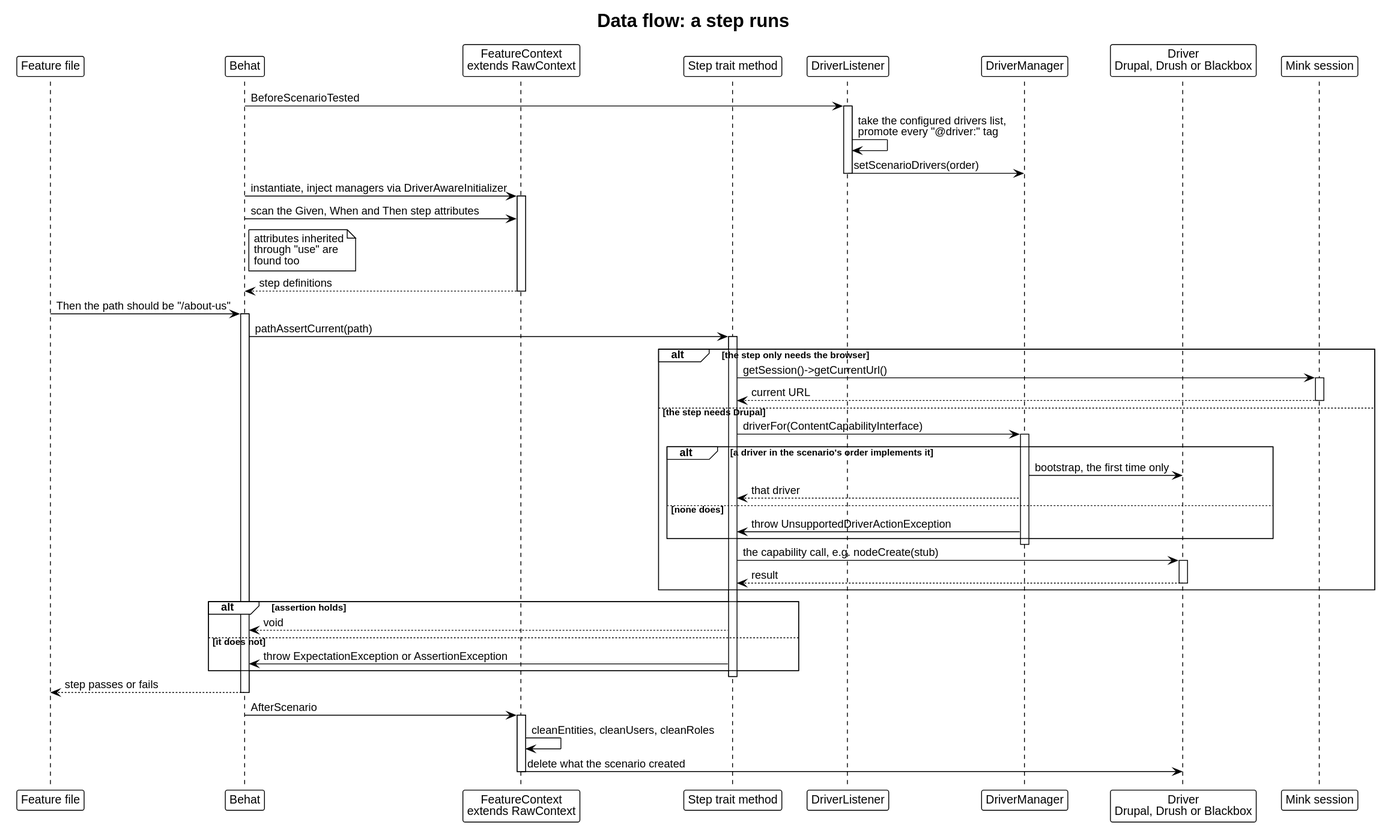
Above: docs/architecture/dataflow-step.svg in drevops/behat-steps (PlantUML), before the change.
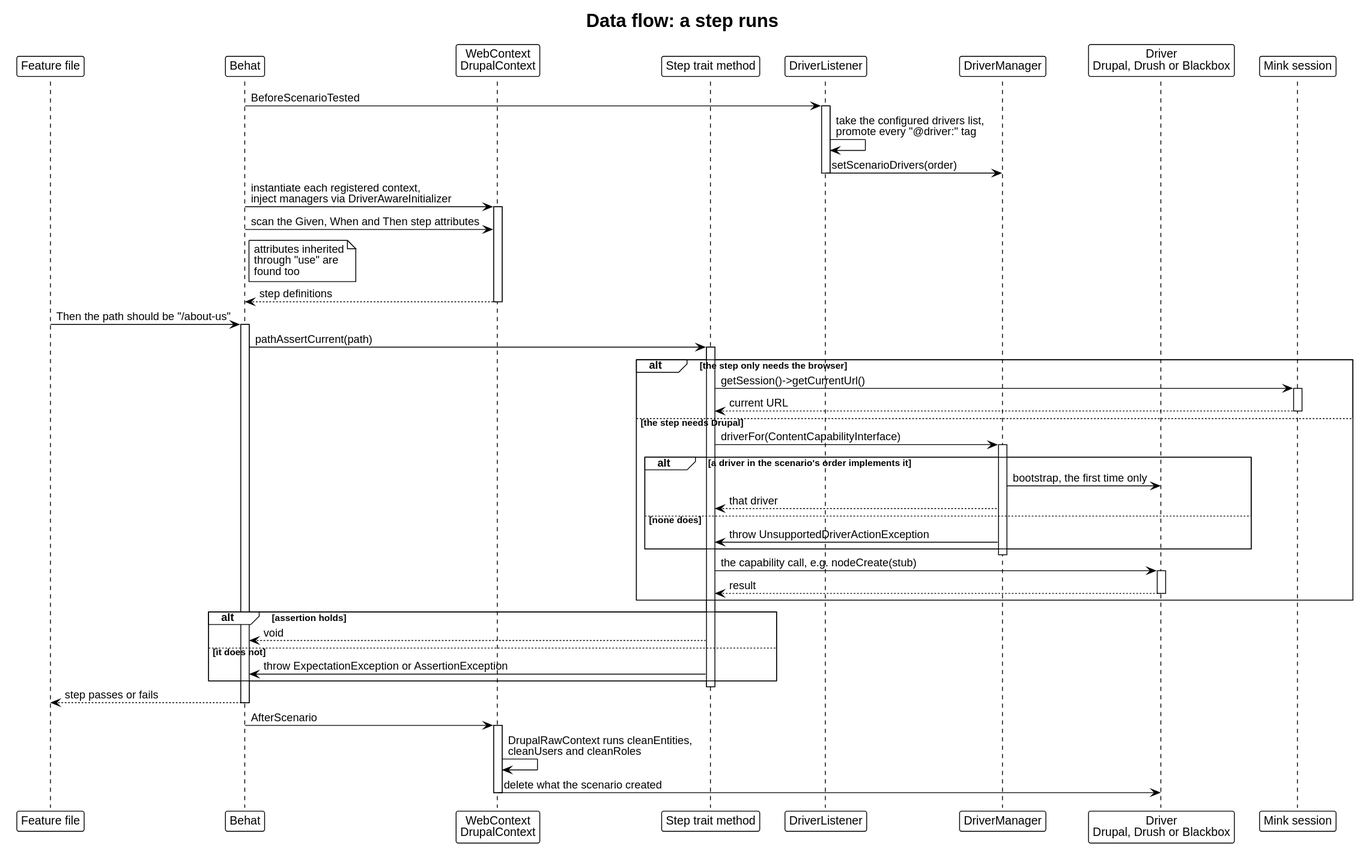
After the commit.

What changed in the source:
```diff
@@ -7,7 +7,7 @@
 
 participant "Feature file" as Feature
 participant "Behat" as Behat
-participant "FeatureContext\nextends RawContext" as Ctx
+participant "WebContext\nDrupalContext" as Ctx
 participant "Step trait method" as Trait
 participant "DriverListener" as Listener
 participant "DriverManager" as DM
@@ -20,7 +20,7 @@
 Listener -> DM: setScenarioDrivers(order)
 deactivate Listener
 
-Behat -> Ctx: instantiate, inject managers via DriverAwareInitializer
+Behat -> Ctx: instantiate each registered context,\ninject managers via DriverAwareInitializer
 activate Ctx
 Behat -> Ctx: scan the Given, When and Then step attributes
 note right of Behat: attributes inherited\nthrough "use" are\nfound too
@@ -65,7 +65,7 @@
 
 Behat -> Ctx: AfterScenario
 activate Ctx
-Ctx -> Ctx: cleanEntities, cleanUsers, cleanRoles
+Ctx -> Ctx: DrupalRawContext runs cleanEntities,\ncleanUsers and cleanRoles
 Ctx -> Driver: delete what the scenario created
 deactivate Ctx
 @enduml
```
